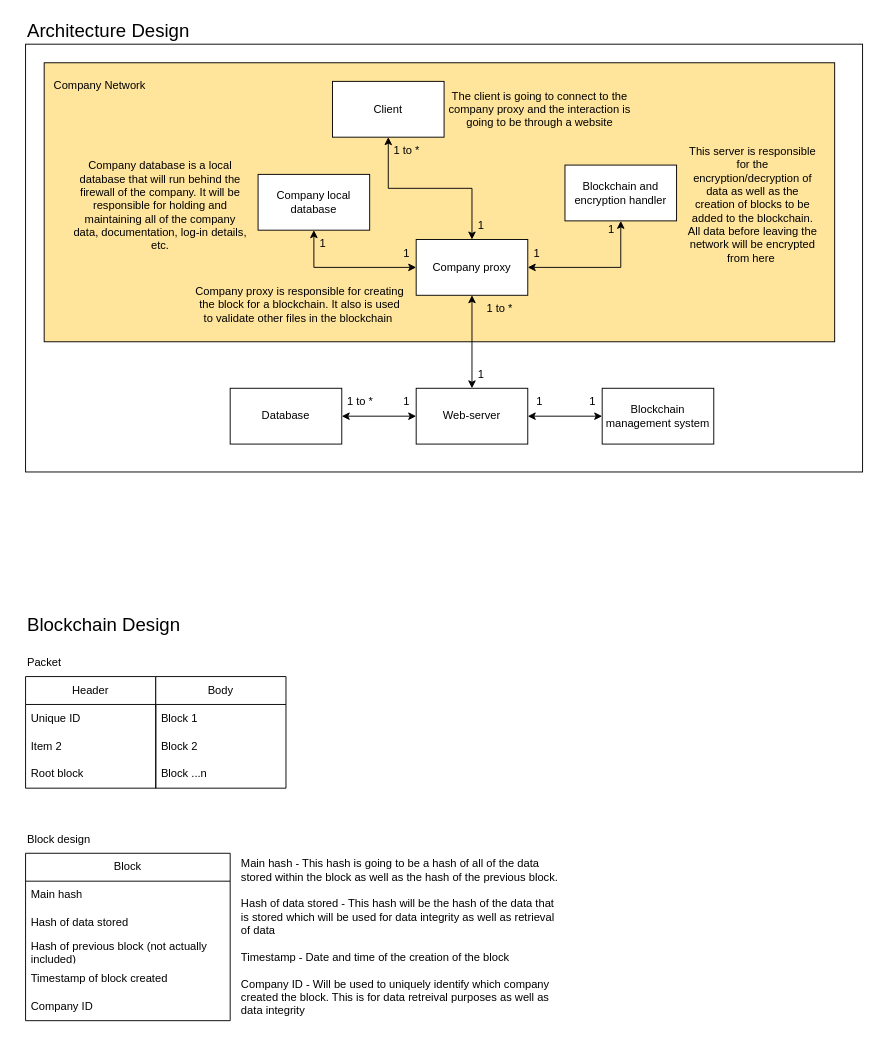
Above: documentation/New Architecture Diagram.drawio in LouisDonaldson/Blockchain-Cloud-Storage-Web-Service (draw.io), before the change. Source tidied: cells renumbered, new cells numbered last; positions are measured from the earlier drawing's top-left corner, leaving out a move shared by most shapes. Both pictures are drawn from the tidied source at 93%, with x=0, y=0 at pixel (25, 16).
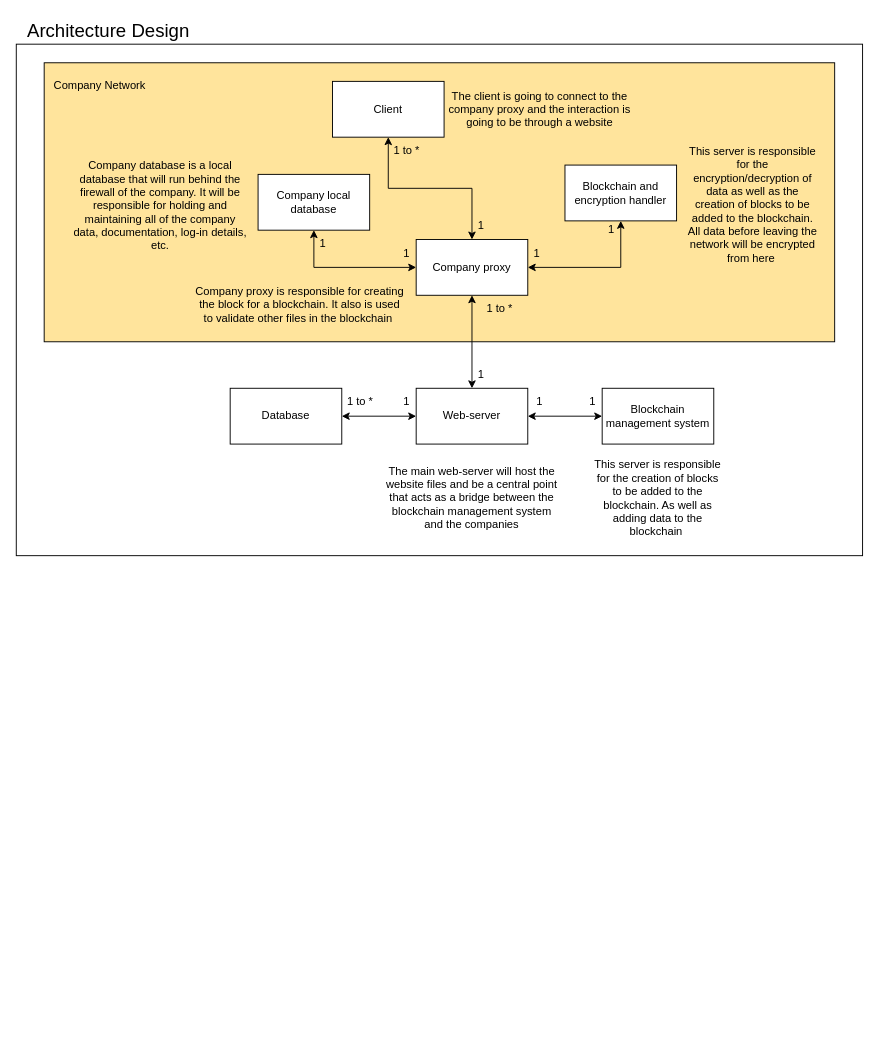
After the change.

Diff of the diagram source:
```diff
@@
     <mxCell id="2" style="rounded=0;whiteSpace=wrap;html=1;fontSize=20;fillColor=none;" parent="1" vertex="1">
-      <mxGeometry y="30" width="900" height="460" as="geometry" />
+      <mxGeometry x="-10" y="30" width="910" height="550" as="geometry" />
     </mxCell>
@@
-    <mxCell id="35" value="Blockchain Design" style="text;html=1;strokeColor=none;fillColor=none;align=left;verticalAlign=middle;whiteSpace=wrap;rounded=0;fontSize=20;" parent="1" vertex="1">
-      <mxGeometry y="639" width="170" height="30" as="geometry" />
-    </mxCell>
-    <mxCell id="36" value="Header" style="swimlane;fontStyle=0;horizontal=1;startSize=30;whiteSpace=wrap;html=1;fontSize=12;fillColor=default;" parent="1" vertex="1">
-      <mxGeometry y="710" width="140" height="120" as="geometry" />
-    </mxCell>
-    <mxCell id="37" value="Unique ID" style="text;strokeColor=none;fillColor=none;align=left;verticalAlign=middle;spacingLeft=4;spacingRight=4;overflow=hidden;whiteSpace=wrap;html=1;fontSize=12;" parent="36" vertex="1">
-      <mxGeometry y="30" width="140" height="30" as="geometry" />
-    </mxCell>
-    <mxCell id="38" value="Item 2" style="text;strokeColor=none;fillColor=none;align=left;verticalAlign=middle;spacingLeft=4;spacingRight=4;overflow=hidden;whiteSpace=wrap;html=1;fontSize=12;" parent="36" vertex="1">
-      <mxGeometry y="60" width="140" height="30" as="geometry" />
-    </mxCell>
-    <mxCell id="39" value="Root block" style="text;strokeColor=none;fillColor=none;align=left;verticalAlign=middle;spacingLeft=4;spacingRight=4;overflow=hidden;whiteSpace=wrap;html=1;fontSize=12;" parent="36" vertex="1">
-      <mxGeometry y="90" width="140" height="30" as="geometry" />
-    </mxCell>
-    <mxCell id="40" value="Body" style="swimlane;fontStyle=0;horizontal=1;startSize=30;whiteSpace=wrap;html=1;fontSize=12;fillColor=default;" parent="1" vertex="1">
-      <mxGeometry x="140" y="710" width="140" height="120" as="geometry" />
-    </mxCell>
-    <mxCell id="41" value="Block 1" style="text;strokeColor=none;fillColor=none;align=left;verticalAlign=middle;spacingLeft=4;spacingRight=4;overflow=hidden;whiteSpace=wrap;html=1;fontSize=12;" parent="40" vertex="1">
-      <mxGeometry y="30" width="140" height="30" as="geometry" />
-    </mxCell>
-    <mxCell id="42" value="Block 2" style="text;strokeColor=none;fillColor=none;align=left;verticalAlign=middle;spacingLeft=4;spacingRight=4;overflow=hidden;whiteSpace=wrap;html=1;fontSize=12;" parent="40" vertex="1">
-      <mxGeometry y="60" width="140" height="30" as="geometry" />
-    </mxCell>
-    <mxCell id="43" value="Block ...n" style="text;strokeColor=none;fillColor=none;align=left;verticalAlign=middle;spacingLeft=4;spacingRight=4;overflow=hidden;whiteSpace=wrap;html=1;fontSize=12;" parent="40" vertex="1">
-      <mxGeometry y="90" width="140" height="30" as="geometry" />
-    </mxCell>
-    <mxCell id="44" value="Packet" style="text;html=1;strokeColor=none;fillColor=none;align=left;verticalAlign=middle;whiteSpace=wrap;rounded=0;fontSize=12;" parent="1" vertex="1">
-      <mxGeometry y="680" width="60" height="30" as="geometry" />
-    </mxCell>
-    <mxCell id="45" value="Block design" style="text;html=1;strokeColor=none;fillColor=none;align=left;verticalAlign=middle;whiteSpace=wrap;rounded=0;fontSize=12;" parent="1" vertex="1">
-      <mxGeometry y="870" width="100" height="30" as="geometry" />
-    </mxCell>
-    <mxCell id="46" value="Block" style="swimlane;fontStyle=0;horizontal=1;startSize=30;whiteSpace=wrap;html=1;fontSize=12;fillColor=default;" parent="1" vertex="1">
-      <mxGeometry y="900" width="220" height="180" as="geometry" />
-    </mxCell>
-    <mxCell id="47" value="Main hash" style="text;strokeColor=none;fillColor=none;align=left;verticalAlign=middle;spacingLeft=4;spacingRight=4;overflow=hidden;whiteSpace=wrap;html=1;fontSize=12;" parent="46" vertex="1">
-      <mxGeometry y="30" width="220" height="30" as="geometry" />
-    </mxCell>
-    <mxCell id="48" value="Hash of data stored" style="text;strokeColor=none;fillColor=none;align=left;verticalAlign=middle;spacingLeft=4;spacingRight=4;overflow=hidden;whiteSpace=wrap;html=1;fontSize=12;" parent="46" vertex="1">
-      <mxGeometry y="60" width="220" height="30" as="geometry" />
-    </mxCell>
-    <mxCell id="49" value="Hash of previous block (not actually included)" style="text;strokeColor=none;fillColor=none;align=left;verticalAlign=middle;spacingLeft=4;spacingRight=4;overflow=hidden;whiteSpace=wrap;html=1;fontSize=12;" parent="46" vertex="1">
-      <mxGeometry y="90" width="220" height="30" as="geometry" />
-    </mxCell>
-    <mxCell id="50" value="Timestamp of block created" style="text;strokeColor=none;fillColor=none;align=left;verticalAlign=middle;spacingLeft=4;spacingRight=4;overflow=hidden;whiteSpace=wrap;html=1;fontSize=12;" parent="46" vertex="1">
-      <mxGeometry y="120" width="220" height="30" as="geometry" />
-    </mxCell>
-    <mxCell id="51" value="Company ID" style="text;strokeColor=none;fillColor=none;align=left;verticalAlign=middle;spacingLeft=4;spacingRight=4;overflow=hidden;whiteSpace=wrap;html=1;fontSize=12;" parent="46" vertex="1">
-      <mxGeometry y="150" width="220" height="30" as="geometry" />
-    </mxCell>
-    <mxCell id="52" value="Main hash - This hash is going to be a hash of all of the data stored within the block as well as the hash of the previous block.&lt;br&gt;&lt;br&gt;Hash of data stored - This hash will be the hash of the data that is stored which will be used for data integrity as well as retrieval of data&lt;br&gt;&lt;br&gt;Timestamp - Date and time of the creation of the block&lt;br&gt;&lt;br&gt;Company ID - Will be used to uniquely identify which company created the block. This is for data retreival purposes as well as data integrity" style="text;html=1;strokeColor=none;fillColor=none;align=left;verticalAlign=middle;whiteSpace=wrap;rounded=0;fontSize=12;" parent="1" vertex="1">
-      <mxGeometry x="230" y="885" width="350" height="210" as="geometry" />
-    </mxCell>
+    <mxCell id="53" value="This server is responsible for the creation of blocks to be added to the blockchain. As well as adding data to the blockchain&amp;nbsp;" style="text;html=1;strokeColor=none;fillColor=none;align=center;verticalAlign=middle;whiteSpace=wrap;rounded=0;" parent="1" vertex="1">
+      <mxGeometry x="608" y="450" width="144" height="135" as="geometry" />
+    </mxCell>
+    <mxCell id="54" value="The main web-server will host the website files and be a central point that acts as a bridge between the blockchain management system and the companies" style="text;html=1;strokeColor=none;fillColor=none;align=center;verticalAlign=middle;whiteSpace=wrap;rounded=0;fontSize=12;" parent="1" vertex="1">
+      <mxGeometry x="385" y="472.5" width="190" height="90" as="geometry" />
+    </mxCell>
```
